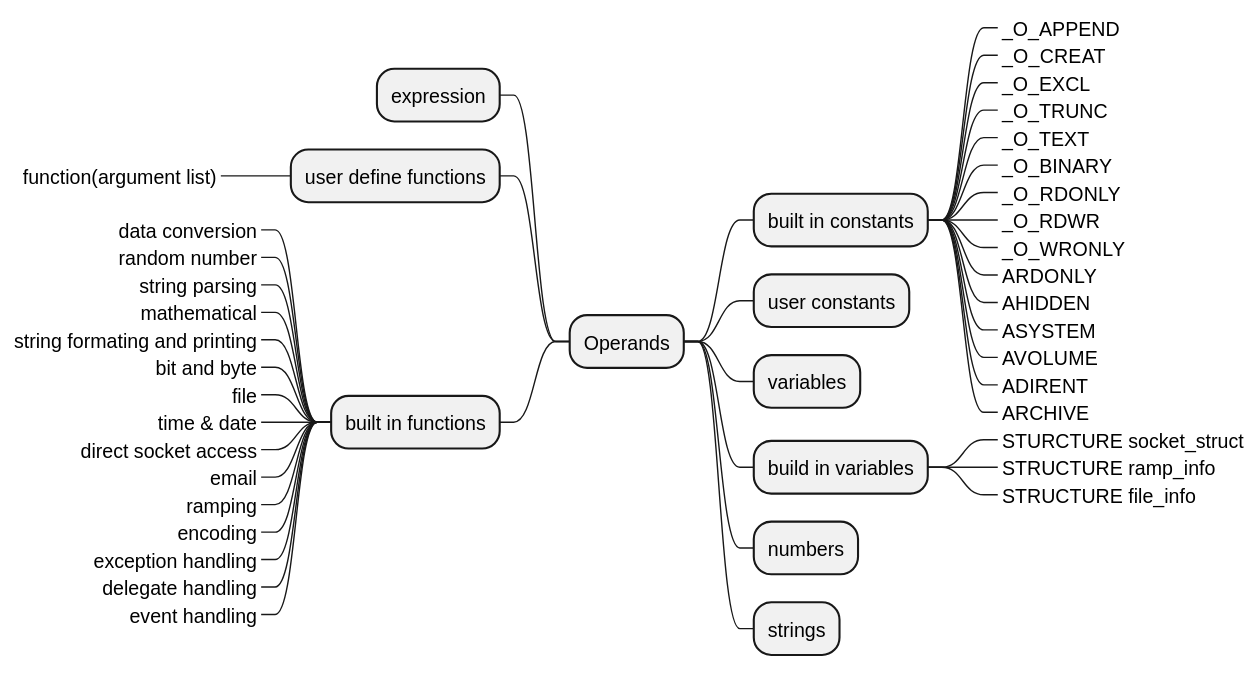
alvaroyurrita/vscode-crestron-splus keeps this PlantUML diagram as csharp-syntax-mindmap/operands.svg. Above is the earlier version. Source of this version:
```plantuml
@startmindmap
+ Operands
++ built in constants
+++_ _O_APPEND
+++_ _O_CREAT
+++_ _O_EXCL
+++_ _O_TRUNC
+++_ _O_TEXT
+++_ _O_BINARY
+++_ _O_RDONLY
+++_ _O_RDWR
+++_ _O_WRONLY
+++_ ARDONLY
+++_ AHIDDEN
+++_ ASYSTEM
+++_ AVOLUME
+++_ ADIRENT
+++_ ARCHIVE
++ user constants
++ variables
++ build in variables
+++_ STURCTURE socket_struct
+++_ STRUCTURE ramp_info
+++_ STRUCTURE file_info
++ numbers
++ strings
-- expression
-- user define functions
---_ function(argument list)
-- built in functions
---_ data conversion
---_ random number
---_ string parsing
---_ mathematical
---_ string formating and printing
---_ bit and byte
---_ file
---_ time & date
---_ direct socket access
---_ email
---_ ramping
---_ encoding
---_ exception handling
---_ delegate handling
---_ event handling
@endmindmap
```
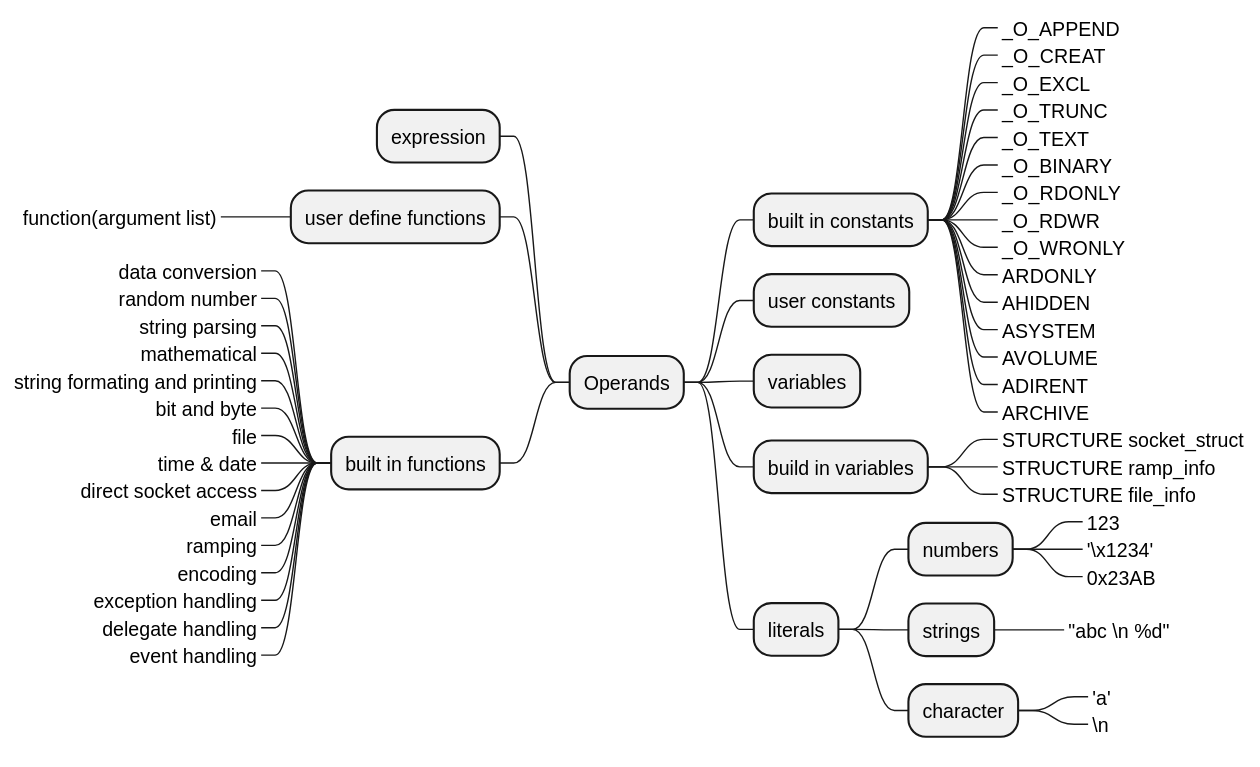
After the change.

What changed in the source:
```diff
@@ -22,8 +22,16 @@
 +++_ STURCTURE socket_struct
 +++_ STRUCTURE ramp_info
 +++_ STRUCTURE file_info
-++ numbers
-++ strings
+++ literals
++++ numbers
+++++_ 123
+++++_ '\x1234'
+++++_ 0x23AB
++++ strings
+++++_ "abc \\n %d"
++++ character
+++++_ 'a'
+++++_ \\n
 -- expression
 -- user define functions
 ---_ function(argument list)
```
